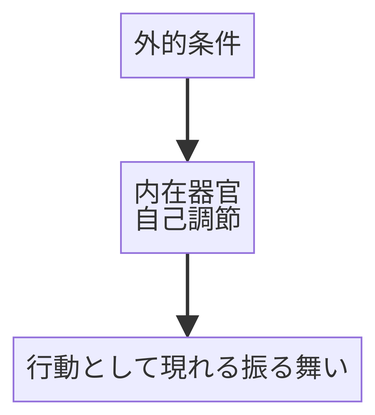
Above: assets/organ_will_placement/common.png in human-attunement/system (Mermaid), before the change. Its source is kept beside it as assets/organ_will_placement/common.mmd. The source it was exported from:
```mermaid
flowchart TB
    E[外的条件]
    O["内在器官
    自己調節"]
    A[行動として現れる振る舞い]

    E --> O
    O --> A
```
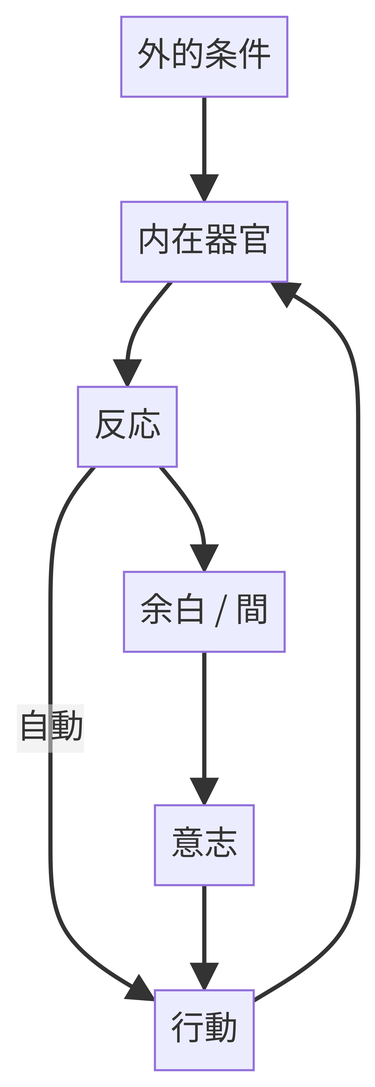
After the commit.

Change to the diagram source:
```diff
@@ -1,8 +1,11 @@
-flowchart TB
-    E[外的条件]
-    O["内在器官
-    自己調節"]
-    A[行動として現れる振る舞い]
+flowchart TD
+    E[外的条件] --> O[内在器官]
+    O --> R[反応]
 
-    E --> O
-    O --> A
+    R -->|自動| A[行動]
+
+    R --> M[余白 / 間]
+    M --> W[意志]
+    W --> A
+
+    A --> O
```
